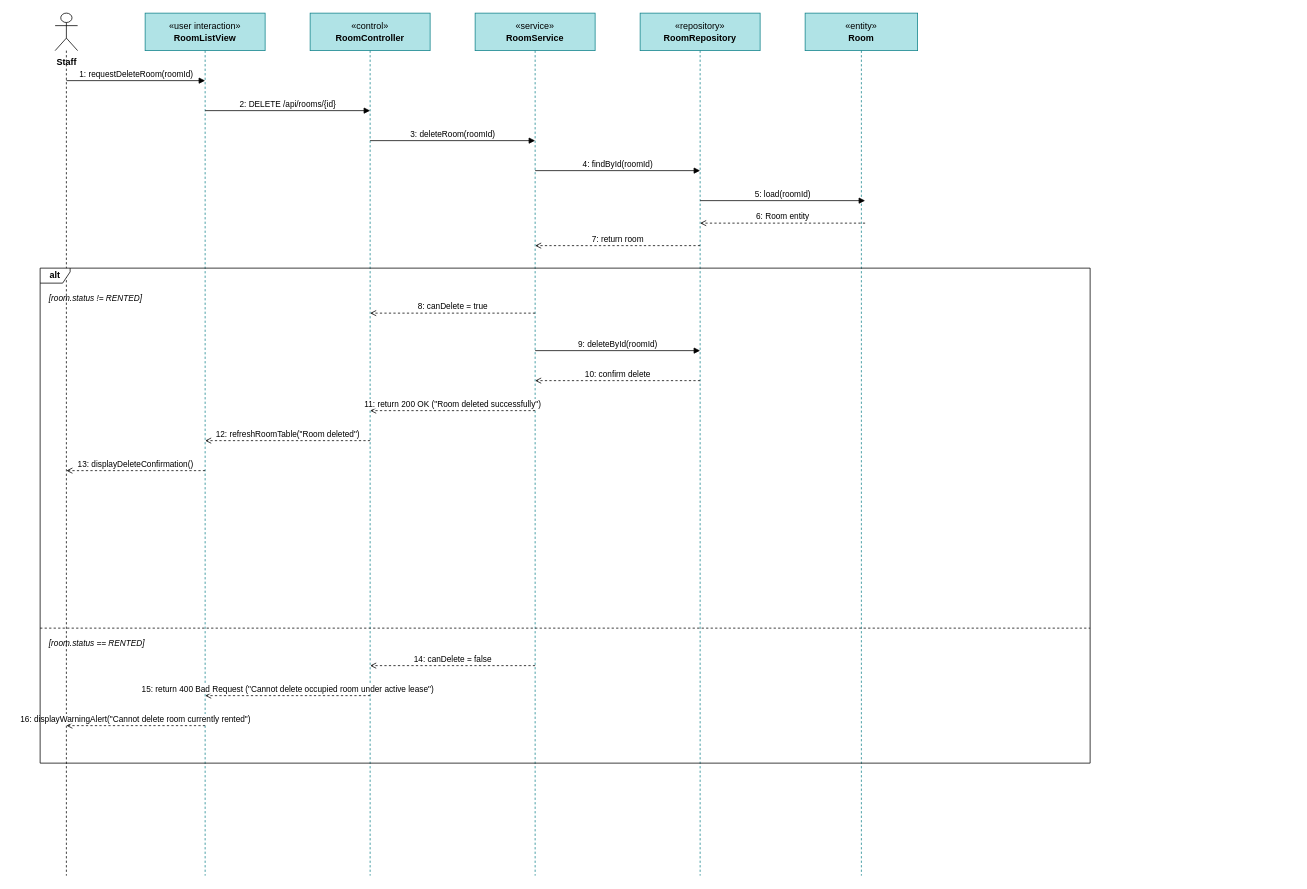
The draw.io diagram docs/diagrams/UC-M04_3_Delete_Room_SequenceDiagram.drawio in WanFJava/MotalManagementSystems, before the edit. Source tidied: cells renumbered, new cells numbered last; positions are measured from the earlier drawing's top-left corner, leaving out a move shared by most shapes. Both pictures are drawn from the tidied source at 75%, with x=0, y=0 at pixel (40, 13).
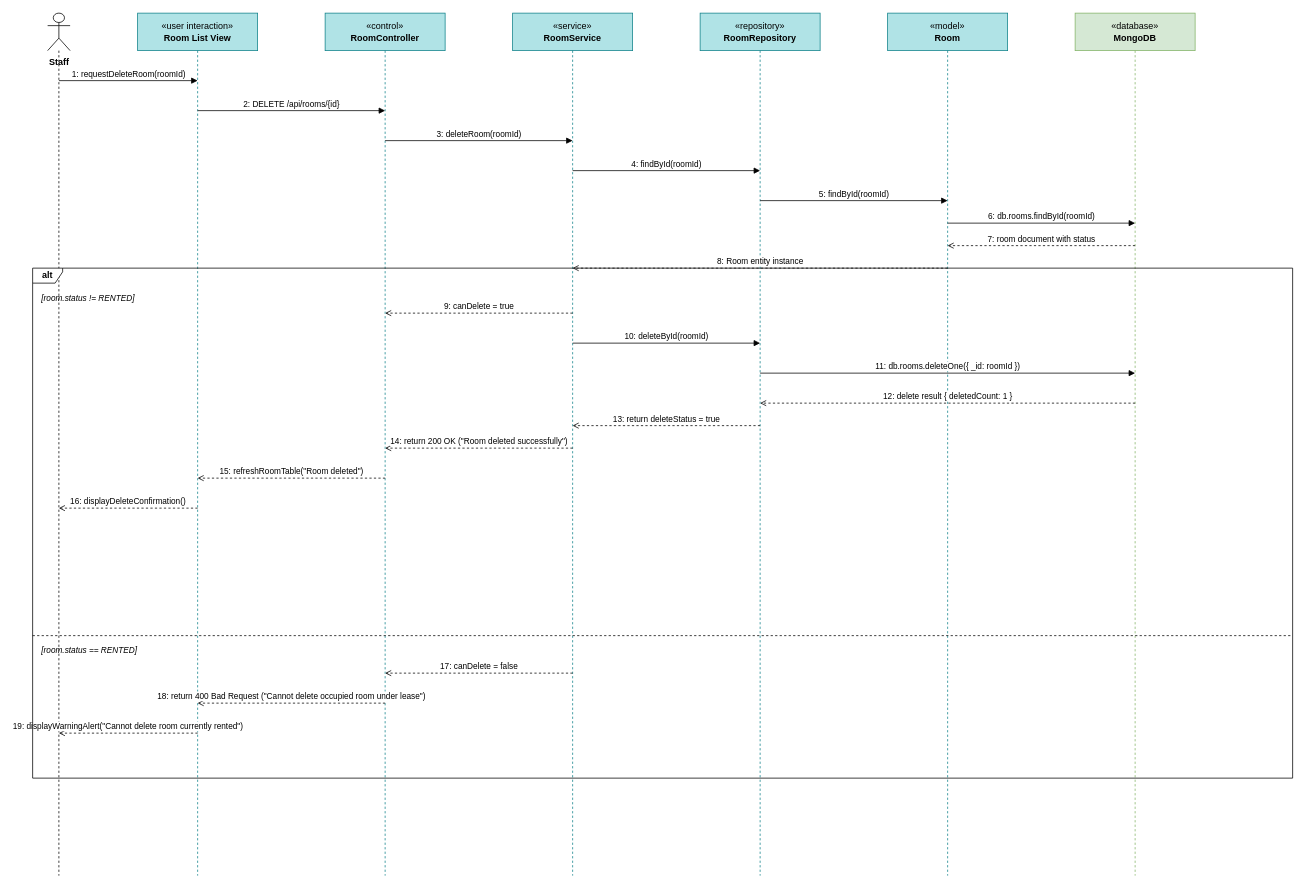
The same diagram, later.

What changed in the source:
```diff
@@
     <mxCell id="2" value="Staff" style="shape=umlLifeline;participant=umlActor;perimeter=lifelinePerimeter;whiteSpace=nowrap;html=1;verticalAlign=top;spacingTop=52;size=50;fontStyle=1;" parent="1" vertex="1">
-      <mxGeometry x="20" width="30" height="1150" as="geometry" />
+      <mxGeometry x="10" width="30" height="1150" as="geometry" />
     </mxCell>
-    <mxCell id="3" value="&amp;laquo;user interaction&amp;raquo;&lt;br&gt;&lt;b&gt;RoomListView&lt;/b&gt;" style="shape=umlLifeline;perimeter=lifelinePerimeter;whiteSpace=wrap;html=1;size=50;fillColor=#b0e3e6;strokeColor=#0e8088;" parent="1" vertex="1">
-      <mxGeometry x="140" width="160" height="1150" as="geometry" />
-    </mxCell>
+    <mxCell id="28" value="&amp;laquo;user interaction&amp;raquo;&lt;br&gt;&lt;b&gt;Room List View&lt;/b&gt;" style="shape=umlLifeline;perimeter=lifelinePerimeter;whiteSpace=wrap;html=1;size=50;fillColor=#b0e3e6;strokeColor=#0e8088;" parent="1" vertex="1">
+      <mxGeometry x="130" width="160" height="1150" as="geometry" />
+    </mxCell>
     <mxCell id="4" value="&amp;laquo;control&amp;raquo;&lt;br&gt;&lt;b&gt;RoomController&lt;/b&gt;" style="shape=umlLifeline;perimeter=lifelinePerimeter;whiteSpace=wrap;html=1;size=50;fillColor=#b0e3e6;strokeColor=#0e8088;" parent="1" vertex="1">
-      <mxGeometry x="360" width="160" height="1150" as="geometry" />
+      <mxGeometry x="380" width="160" height="1150" as="geometry" />
     </mxCell>
     <mxCell id="5" value="&amp;laquo;service&amp;raquo;&lt;br&gt;&lt;b&gt;RoomService&lt;/b&gt;" style="shape=umlLifeline;perimeter=lifelinePerimeter;whiteSpace=wrap;html=1;size=50;fillColor=#b0e3e6;strokeColor=#0e8088;" parent="1" vertex="1">
-      <mxGeometry x="580" width="160" height="1150" as="geometry" />
+      <mxGeometry x="630" width="160" height="1150" as="geometry" />
     </mxCell>
     <mxCell id="6" value="&amp;laquo;repository&amp;raquo;&lt;br&gt;&lt;b&gt;RoomRepository&lt;/b&gt;" style="shape=umlLifeline;perimeter=lifelinePerimeter;whiteSpace=wrap;html=1;size=50;fillColor=#b0e3e6;strokeColor=#0e8088;" parent="1" vertex="1">
-      <mxGeometry x="800" width="160" height="1150" as="geometry" />
+      <mxGeometry x="880" width="160" height="1150" as="geometry" />
     </mxCell>
-    <mxCell id="7" value="&amp;laquo;entity&amp;raquo;&lt;br&gt;&lt;b&gt;Room&lt;/b&gt;" style="shape=umlLifeline;perimeter=lifelinePerimeter;whiteSpace=wrap;html=1;size=50;fillColor=#b0e3e6;strokeColor=#0e8088;" parent="1" vertex="1">
-      <mxGeometry x="1020" width="150" height="1150" as="geometry" />
-    </mxCell>
+    <mxCell id="29" value="&amp;laquo;model&amp;raquo;&lt;br&gt;&lt;b&gt;Room&lt;/b&gt;" style="shape=umlLifeline;perimeter=lifelinePerimeter;whiteSpace=wrap;html=1;size=50;fillColor=#b0e3e6;strokeColor=#0e8088;" parent="1" vertex="1">
+      <mxGeometry x="1130" width="160" height="1150" as="geometry" />
+    </mxCell>
+    <mxCell id="30" value="&amp;laquo;database&amp;raquo;&lt;br&gt;&lt;b&gt;MongoDB&lt;/b&gt;" style="shape=umlLifeline;perimeter=lifelinePerimeter;whiteSpace=wrap;html=1;size=50;fillColor=#d5e8d4;strokeColor=#82b366;" parent="1" vertex="1">
+      <mxGeometry x="1380" width="160" height="1150" as="geometry" />
+    </mxCell>
     <mxCell id="8" value="1: requestDeleteRoom(roomId)" style="endArrow=block;endFill=1;html=1;rounded=0;exitX=0.5;exitY=0;entryX=0.5;entryY=0;fontSize=11;verticalAlign=bottom;" parent="1" edge="1">
       <mxGeometry relative="1" as="geometry">
-        <mxPoint x="35" y="90" as="sourcePoint" />
-        <mxPoint x="220" y="90" as="targetPoint" />
+        <mxPoint x="25" y="90" as="sourcePoint" />
+        <mxPoint x="210" y="90" as="targetPoint" />
       </mxGeometry>
     </mxCell>
     <mxCell id="9" value="2: DELETE /api/rooms/{id}" style="endArrow=block;endFill=1;html=1;rounded=0;exitX=0.5;exitY=0;entryX=0.5;entryY=0;fontSize=11;verticalAlign=bottom;" parent="1" edge="1">
       <mxGeometry relative="1" as="geometry">
-        <mxPoint x="220" y="130" as="sourcePoint" />
-        <mxPoint x="440" y="130" as="targetPoint" />
+        <mxPoint x="210" y="130" as="sourcePoint" />
+        <mxPoint x="460" y="130" as="targetPoint" />
       </mxGeometry>
     </mxCell>
     <mxCell id="10" value="3: deleteRoom(roomId)" style="endArrow=block;endFill=1;html=1;rounded=0;exitX=0.5;exitY=0;entryX=0.5;entryY=0;fontSize=11;verticalAlign=bottom;" parent="1" edge="1">
       <mxGeometry relative="1" as="geometry">
-        <mxPoint x="440" y="170" as="sourcePoint" />
-        <mxPoint x="660" y="170" as="targetPoint" />
+        <mxPoint x="460" y="170" as="sourcePoint" />
+        <mxPoint x="710" y="170" as="targetPoint" />
       </mxGeometry>
     </mxCell>
     <mxCell id="11" value="4: findById(roomId)" style="endArrow=block;endFill=1;html=1;rounded=0;exitX=0.5;exitY=0;entryX=0.5;entryY=0;fontSize=11;verticalAlign=bottom;" parent="1" edge="1">
       <mxGeometry relative="1" as="geometry">
-        <mxPoint x="660" y="210" as="sourcePoint" />
-        <mxPoint x="880" y="210" as="targetPoint" />
+        <mxPoint x="710" y="210" as="sourcePoint" />
+        <mxPoint x="960" y="210" as="targetPoint" />
       </mxGeometry>
     </mxCell>
-    <mxCell id="12" value="5: load(roomId)" style="endArrow=block;endFill=1;html=1;rounded=0;exitX=0.5;exitY=0;entryX=0.5;entryY=0;fontSize=11;verticalAlign=bottom;" parent="1" edge="1">
+    <mxCell id="12" value="5: findById(roomId)" style="endArrow=block;endFill=1;html=1;rounded=0;exitX=0.5;exitY=0;entryX=0.5;entryY=0;fontSize=11;verticalAlign=bottom;" parent="1" edge="1">
       <mxGeometry relative="1" as="geometry">
-        <mxPoint x="880" y="250" as="sourcePoint" />
-        <mxPoint x="1100" y="250" as="targetPoint" />
+        <mxPoint x="960" y="250" as="sourcePoint" />
+        <mxPoint x="1210" y="250" as="targetPoint" />
       </mxGeometry>
     </mxCell>
-    <mxCell id="13" value="6: Room entity" style="endArrow=open;dashed=1;endFill=0;html=1;rounded=0;exitX=0.5;exitY=0;entryX=0.5;entryY=0;fontSize=11;verticalAlign=bottom;" parent="1" edge="1">
+    <mxCell id="13" value="6: db.rooms.findById(roomId)" style="endArrow=block;endFill=1;html=1;rounded=0;exitX=0.5;exitY=0;entryX=0.5;entryY=0;fontSize=11;verticalAlign=bottom;" parent="1" edge="1">
       <mxGeometry relative="1" as="geometry">
-        <mxPoint x="1100" y="280" as="sourcePoint" />
-        <mxPoint x="880" y="280" as="targetPoint" />
+        <mxPoint x="1210" y="280" as="sourcePoint" />
+        <mxPoint x="1460" y="280" as="targetPoint" />
       </mxGeometry>
     </mxCell>
-    <mxCell id="14" value="7: return room" style="endArrow=open;dashed=1;endFill=0;html=1;rounded=0;exitX=0.5;exitY=0;entryX=0.5;entryY=0;fontSize=11;verticalAlign=bottom;" parent="1" edge="1">
+    <mxCell id="14" value="7: room document with status" style="endArrow=open;dashed=1;endFill=0;html=1;rounded=0;exitX=0.5;exitY=0;entryX=0.5;entryY=0;fontSize=11;verticalAlign=bottom;" parent="1" edge="1">
       <mxGeometry relative="1" as="geometry">
-        <mxPoint x="880" y="310" as="sourcePoint" />
-        <mxPoint x="660" y="310" as="targetPoint" />
+        <mxPoint x="1460" y="310" as="sourcePoint" />
+        <mxPoint x="1210" y="310" as="targetPoint" />
       </mxGeometry>
     </mxCell>
-    <mxCell id="15" value="8: canDelete = true" style="endArrow=open;dashed=1;endFill=0;html=1;rounded=0;exitX=0.5;exitY=0;entryX=0.5;entryY=0;fontSize=11;verticalAlign=bottom;" parent="1" edge="1">
+    <mxCell id="15" value="8: Room entity instance" style="endArrow=open;dashed=1;endFill=0;html=1;rounded=0;exitX=0.5;exitY=0;entryX=0.5;entryY=0;fontSize=11;verticalAlign=bottom;" parent="1" edge="1">
       <mxGeometry relative="1" as="geometry">
-        <mxPoint x="660" y="400" as="sourcePoint" />
-        <mxPoint x="440" y="400" as="targetPoint" />
+        <mxPoint x="1210" y="340" as="sourcePoint" />
+        <mxPoint x="710" y="340" as="targetPoint" />
       </mxGeometry>
     </mxCell>
-    <mxCell id="16" value="9: deleteById(roomId)" style="endArrow=block;endFill=1;html=1;rounded=0;exitX=0.5;exitY=0;entryX=0.5;entryY=0;fontSize=11;verticalAlign=bottom;" parent="1" edge="1">
+    <mxCell id="16" value="9: canDelete = true" style="endArrow=open;dashed=1;endFill=0;html=1;rounded=0;exitX=0.5;exitY=0;entryX=0.5;entryY=0;fontSize=11;verticalAlign=bottom;" parent="1" edge="1">
       <mxGeometry relative="1" as="geometry">
-        <mxPoint x="660" y="450" as="sourcePoint" />
-        <mxPoint x="880" y="450" as="targetPoint" />
+        <mxPoint x="710" y="400" as="sourcePoint" />
+        <mxPoint x="460" y="400" as="targetPoint" />
       </mxGeometry>
     </mxCell>
-    <mxCell id="17" value="10: confirm delete" style="endArrow=open;dashed=1;endFill=0;html=1;rounded=0;exitX=0.5;exitY=0;entryX=0.5;entryY=0;fontSize=11;verticalAlign=bottom;" parent="1" edge="1">
+    <mxCell id="17" value="10: deleteById(roomId)" style="endArrow=block;endFill=1;html=1;rounded=0;exitX=0.5;exitY=0;entryX=0.5;entryY=0;fontSize=11;verticalAlign=bottom;" parent="1" edge="1">
       <mxGeometry relative="1" as="geometry">
-        <mxPoint x="880" y="490" as="sourcePoint" />
-        <mxPoint x="660" y="490" as="targetPoint" />
+        <mxPoint x="710" y="440" as="sourcePoint" />
+        <mxPoint x="960" y="440" as="targetPoint" />
       </mxGeometry>
     </mxCell>
-    <mxCell id="18" value="11: return 200 OK (&quot;Room deleted successfully&quot;)" style="endArrow=open;dashed=1;endFill=0;html=1;rounded=0;exitX=0.5;exitY=0;entryX=0.5;entryY=0;fontSize=11;verticalAlign=bottom;" parent="1" edge="1">
+    <mxCell id="18" value="11: db.rooms.deleteOne({ _id: roomId })" style="endArrow=block;endFill=1;html=1;rounded=0;exitX=0.5;exitY=0;entryX=0.5;entryY=0;fontSize=11;verticalAlign=bottom;" parent="1" edge="1">
       <mxGeometry relative="1" as="geometry">
-        <mxPoint x="660" y="530" as="sourcePoint" />
-        <mxPoint x="440" y="530" as="targetPoint" />
+        <mxPoint x="960" y="480" as="sourcePoint" />
+        <mxPoint x="1460" y="480" as="targetPoint" />
       </mxGeometry>
     </mxCell>
-    <mxCell id="19" value="12: refreshRoomTable(&quot;Room deleted&quot;)" style="endArrow=open;dashed=1;endFill=0;html=1;rounded=0;exitX=0.5;exitY=0;entryX=0.5;entryY=0;fontSize=11;verticalAlign=bottom;" parent="1" edge="1">
+    <mxCell id="19" value="12: delete result { deletedCount: 1 }" style="endArrow=open;dashed=1;endFill=0;html=1;rounded=0;exitX=0.5;exitY=0;entryX=0.5;entryY=0;fontSize=11;verticalAlign=bottom;" parent="1" edge="1">
       <mxGeometry relative="1" as="geometry">
-        <mxPoint x="440" y="570" as="sourcePoint" />
-        <mxPoint x="220" y="570" as="targetPoint" />
+        <mxPoint x="1460" y="520" as="sourcePoint" />
+        <mxPoint x="960" y="520" as="targetPoint" />
       </mxGeometry>
     </mxCell>
-    <mxCell id="20" value="13: displayDeleteConfirmation()" style="endArrow=open;dashed=1;endFill=0;html=1;rounded=0;exitX=0.5;exitY=0;entryX=0.5;entryY=0;fontSize=11;verticalAlign=bottom;" parent="1" edge="1">
+    <mxCell id="20" value="13: return deleteStatus = true" style="endArrow=open;dashed=1;endFill=0;html=1;rounded=0;exitX=0.5;exitY=0;entryX=0.5;entryY=0;fontSize=11;verticalAlign=bottom;" parent="1" edge="1">
       <mxGeometry relative="1" as="geometry">
-        <mxPoint x="220" y="610" as="sourcePoint" />
-        <mxPoint x="35" y="610" as="targetPoint" />
+        <mxPoint x="960" y="550" as="sourcePoint" />
+        <mxPoint x="710" y="550" as="targetPoint" />
       </mxGeometry>
     </mxCell>
-    <mxCell id="21" value="14: canDelete = false" style="endArrow=open;dashed=1;endFill=0;html=1;rounded=0;exitX=0.5;exitY=0;entryX=0.5;entryY=0;fontSize=11;verticalAlign=bottom;" parent="1" edge="1">
+    <mxCell id="21" value="14: return 200 OK (&quot;Room deleted successfully&quot;)" style="endArrow=open;dashed=1;endFill=0;html=1;rounded=0;exitX=0.5;exitY=0;entryX=0.5;entryY=0;fontSize=11;verticalAlign=bottom;" parent="1" edge="1">
       <mxGeometry relative="1" as="geometry">
-        <mxPoint x="660" y="870" as="sourcePoint" />
-        <mxPoint x="440" y="870" as="targetPoint" />
+        <mxPoint x="710" y="580" as="sourcePoint" />
+        <mxPoint x="460" y="580" as="targetPoint" />
       </mxGeometry>
     </mxCell>
-    <mxCell id="22" value="15: return 400 Bad Request (&quot;Cannot delete occupied room under active lease&quot;)" style="endArrow=open;dashed=1;endFill=0;html=1;rounded=0;exitX=0.5;exitY=0;entryX=0.5;entryY=0;fontSize=11;verticalAlign=bottom;" parent="1" edge="1">
+    <mxCell id="22" value="15: refreshRoomTable(&quot;Room deleted&quot;)" style="endArrow=open;dashed=1;endFill=0;html=1;rounded=0;exitX=0.5;exitY=0;entryX=0.5;entryY=0;fontSize=11;verticalAlign=bottom;" parent="1" edge="1">
       <mxGeometry relative="1" as="geometry">
-        <mxPoint x="440" y="910" as="sourcePoint" />
-        <mxPoint x="220" y="910" as="targetPoint" />
+        <mxPoint x="460" y="620" as="sourcePoint" />
+        <mxPoint x="210" y="620" as="targetPoint" />
       </mxGeometry>
     </mxCell>
-    <mxCell id="23" value="16: displayWarningAlert(&quot;Cannot delete room currently rented&quot;)" style="endArrow=open;dashed=1;endFill=0;html=1;rounded=0;exitX=0.5;exitY=0;entryX=0.5;entryY=0;fontSize=11;verticalAlign=bottom;" parent="1" edge="1">
+    <mxCell id="23" value="16: displayDeleteConfirmation()" style="endArrow=open;dashed=1;endFill=0;html=1;rounded=0;exitX=0.5;exitY=0;entryX=0.5;entryY=0;fontSize=11;verticalAlign=bottom;" parent="1" edge="1">
       <mxGeometry relative="1" as="geometry">
-        <mxPoint x="220" y="950" as="sourcePoint" />
-        <mxPoint x="35" y="950" as="targetPoint" />
+        <mxPoint x="210" y="660" as="sourcePoint" />
+        <mxPoint x="25" y="660" as="targetPoint" />
       </mxGeometry>
     </mxCell>
+    <mxCell id="31" value="17: canDelete = false" style="endArrow=open;dashed=1;endFill=0;html=1;rounded=0;exitX=0.5;exitY=0;entryX=0.5;entryY=0;fontSize=11;verticalAlign=bottom;" parent="1" edge="1">
+      <mxGeometry relative="1" as="geometry">
+        <mxPoint x="710" y="880" as="sourcePoint" />
+        <mxPoint x="460" y="880" as="targetPoint" />
+      </mxGeometry>
+    </mxCell>
+    <mxCell id="32" value="18: return 400 Bad Request (&quot;Cannot delete occupied room under lease&quot;)" style="endArrow=open;dashed=1;endFill=0;html=1;rounded=0;exitX=0.5;exitY=0;entryX=0.5;entryY=0;fontSize=11;verticalAlign=bottom;" parent="1" edge="1">
+      <mxGeometry relative="1" as="geometry">
+        <mxPoint x="460" y="920" as="sourcePoint" />
+        <mxPoint x="210" y="920" as="targetPoint" />
+      </mxGeometry>
+    </mxCell>
+    <mxCell id="33" value="19: displayWarningAlert(&quot;Cannot delete room currently rented&quot;)" style="endArrow=open;dashed=1;endFill=0;html=1;rounded=0;exitX=0.5;exitY=0;entryX=0.5;entryY=0;fontSize=11;verticalAlign=bottom;" parent="1" edge="1">
+      <mxGeometry relative="1" as="geometry">
+        <mxPoint x="210" y="960" as="sourcePoint" />
+        <mxPoint x="25" y="960" as="targetPoint" />
+      </mxGeometry>
+    </mxCell>
     <mxCell id="24" value="alt" style="shape=umlFrame;whiteSpace=wrap;html=1;width=40;height=20;fontSize=12;fontStyle=1;" parent="1" vertex="1">
-      <mxGeometry y="340" width="1400" height="660" as="geometry" />
+      <mxGeometry x="-10" y="340" width="1680" height="680" as="geometry" />
     </mxCell>
     <mxCell id="25" value="[room.status != RENTED]" style="text;html=1;strokeColor=none;fillColor=none;align=left;verticalAlign=middle;whiteSpace=wrap;rounded=0;fontSize=11;fontStyle=2;" parent="1" vertex="1">
-      <mxGeometry x="10" y="370" width="150" height="20" as="geometry" />
+      <mxGeometry y="370" width="220" height="20" as="geometry" />
     </mxCell>
     <mxCell id="26" style="endArrow=none;dashed=1;html=1;rounded=0;" parent="1" edge="1">
       <mxGeometry relative="1" as="geometry">
-        <mxPoint y="820" as="sourcePoint" />
-        <mxPoint x="1400" y="820" as="targetPoint" />
+        <mxPoint x="-10" y="830" as="sourcePoint" />
+        <mxPoint x="1670" y="830" as="targetPoint" />
       </mxGeometry>
     </mxCell>
     <mxCell id="27" value="[room.status == RENTED]" style="text;html=1;strokeColor=none;fillColor=none;align=left;verticalAlign=middle;whiteSpace=wrap;rounded=0;fontSize=11;fontStyle=2;" parent="1" vertex="1">
-      <mxGeometry x="10" y="830" width="150" height="20" as="geometry" />
+      <mxGeometry y="840" width="220" height="20" as="geometry" />
     </mxCell>
```
